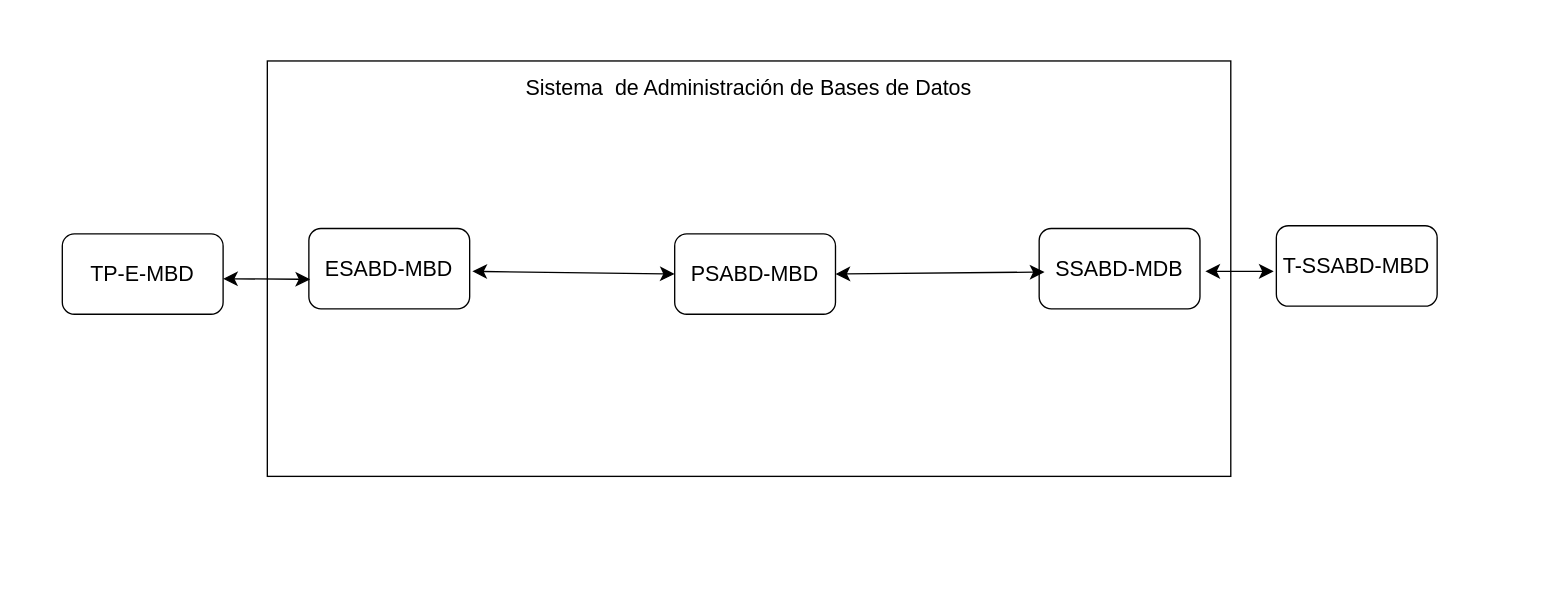
Before: page "Página-1" (1 of 2) of Examen1MV.drawio in EstebanGitPro/AdminFinanazas, a draw.io diagram. Source tidied: cells renumbered, new cells numbered last; positions are measured from the earlier drawing's top-left corner, leaving out a move shared by most shapes. Both pictures are drawn from the tidied source at 134%, with x=0, y=0 at pixel (62, 60).
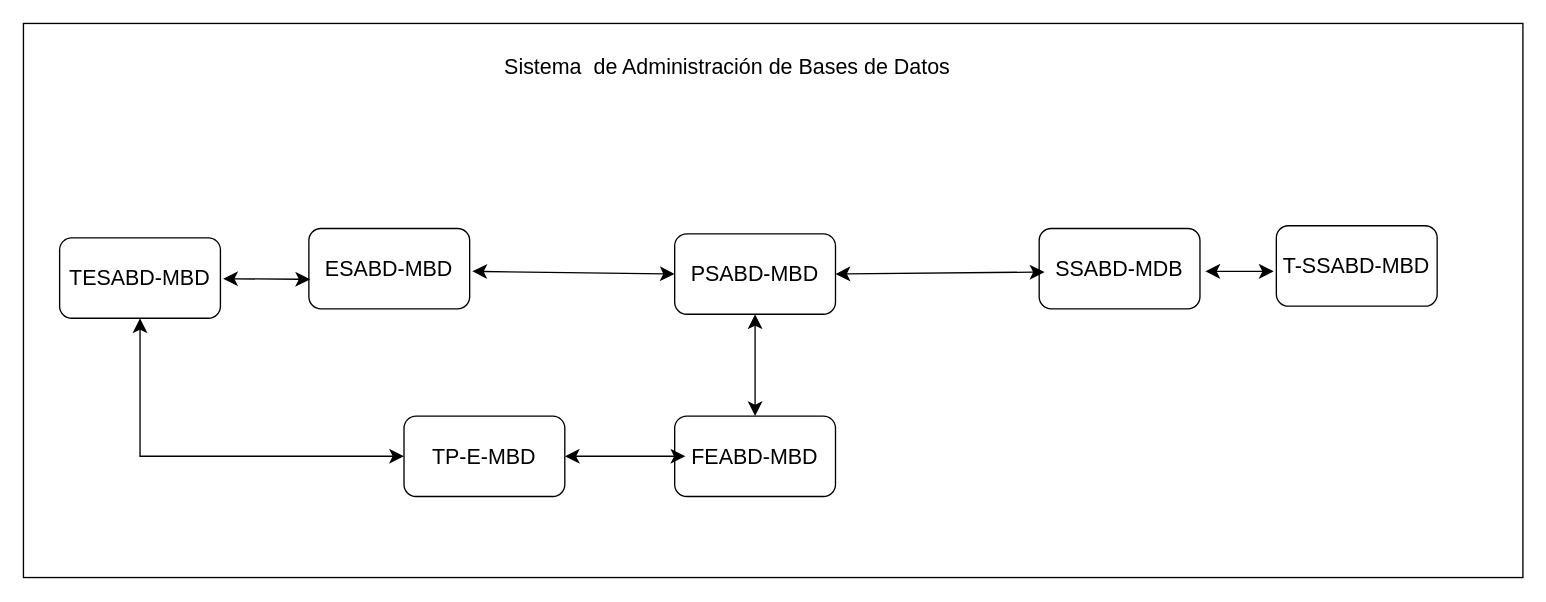
Above is the later version.

Unchanged cells that the change refers to:
```xml
<mxCell id="4" value="PSABD-MBD" style="rounded=1;whiteSpace=wrap;html=1;fontSize=16;" parent="1" vertex="1">
  <mxGeometry x="457" y="129" width="120" height="60" as="geometry" />
</mxCell>
```

The edit, as a diff of the source:
```diff
@@
     <mxCell id="2" style="rounded=0;whiteSpace=wrap;html=1;fontSize=16;" parent="1" vertex="1">
-      <mxGeometry x="153" width="719" height="310" as="geometry" />
+      <mxGeometry x="-29" y="-28" width="1119" height="413.5" as="geometry" />
     </mxCell>
@@
     <mxCell id="6" value="TP-E-MBD" style="rounded=1;whiteSpace=wrap;html=1;fontSize=16;" parent="1" vertex="1">
-      <mxGeometry y="129" width="120" height="60" as="geometry" />
+      <mxGeometry x="255" y="265" width="120" height="60" as="geometry" />
     </mxCell>
@@
     <mxCell id="12" value="Sistema&amp;nbsp; de Administración de Bases de Datos" style="text;html=1;strokeColor=none;fillColor=none;align=center;verticalAlign=middle;whiteSpace=wrap;rounded=0;fontSize=16;" parent="1" vertex="1">
-      <mxGeometry x="330.2" y="7" width="364.5" height="25" as="geometry" />
+      <mxGeometry x="314" y="-9" width="364.5" height="25" as="geometry" />
     </mxCell>
+    <mxCell id="13" value="TESABD-MBD" style="rounded=1;whiteSpace=wrap;html=1;fontSize=16;" parent="1" vertex="1">
+      <mxGeometry x="-2" y="132" width="120" height="60" as="geometry" />
+    </mxCell>
+    <mxCell id="14" value="FEABD-MBD" style="rounded=1;whiteSpace=wrap;html=1;fontSize=16;" parent="1" vertex="1">
+      <mxGeometry x="457" y="265" width="120" height="60" as="geometry" />
+    </mxCell>
+    <mxCell id="15" style="endArrow=classic;startArrow=classic;html=1;rounded=0;fontSize=12;startSize=8;endSize=8;curved=1;entryX=0.5;entryY=1;entryDx=0;entryDy=0;exitX=0.5;exitY=0;exitDx=0;exitDy=0;" parent="1" edge="1" source="14" target="4">
+      <mxGeometry relative="1" as="geometry" />
+    </mxCell>
+    <mxCell id="16" style="endArrow=classic;startArrow=classic;html=1;rounded=0;fontSize=12;startSize=8;endSize=8;curved=1;exitX=1;exitY=0.5;exitDx=0;exitDy=0;" parent="1" edge="1" source="6">
+      <mxGeometry relative="1" as="geometry">
+        <mxPoint x="465" y="295" as="targetPoint" />
+      </mxGeometry>
+    </mxCell>
+    <mxCell id="17" style="endArrow=classic;startArrow=classic;html=1;rounded=0;fontSize=12;startSize=8;endSize=8;entryX=0.5;entryY=1;entryDx=0;entryDy=0;exitX=0;exitY=0.5;exitDx=0;exitDy=0;" parent="1" edge="1" source="6" target="13">
+      <mxGeometry relative="1" as="geometry">
+        <Array as="points">
+          <mxPoint x="58" y="295" />
+        </Array>
+      </mxGeometry>
+    </mxCell>
```
